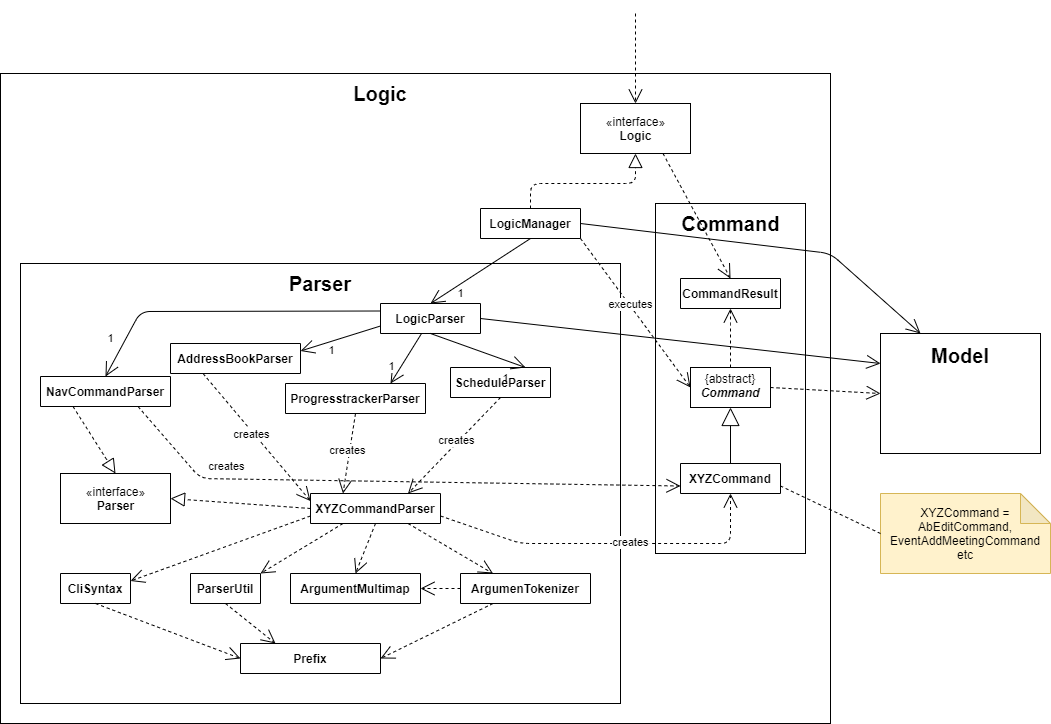
The draw.io diagram docs/images/LogicClassDiagram.png in xCelestialPhoenix/main, before a commit. Source tidied: cells renumbered, new cells last; positions are measured from the earlier drawing's top-left corner, leaving out a move shared by most shapes.
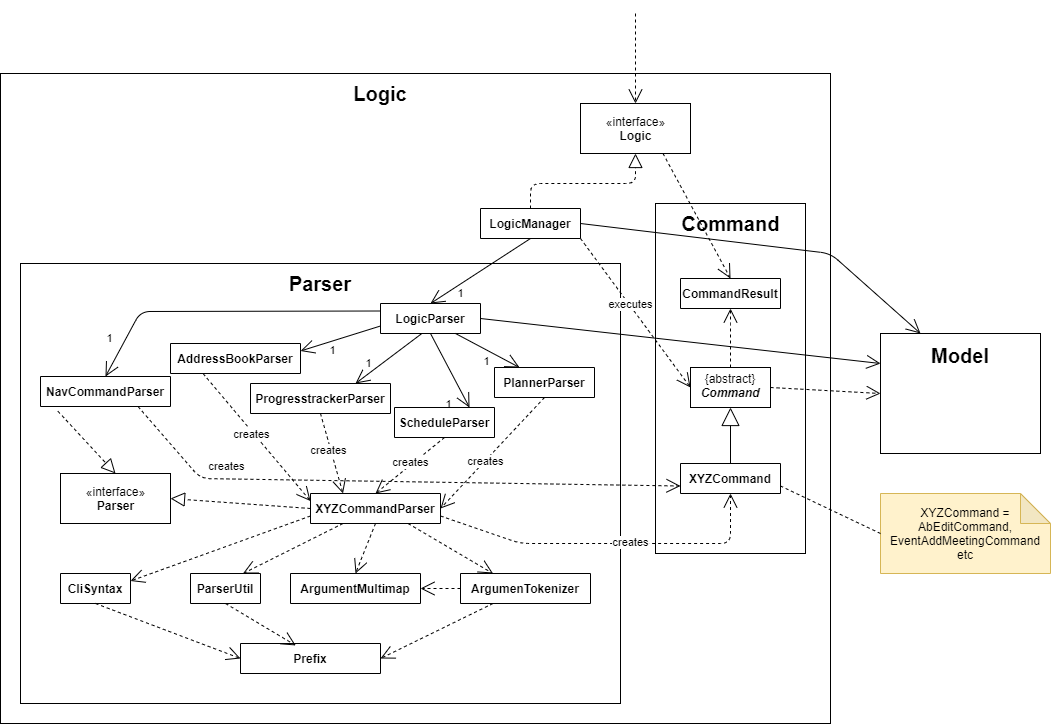
Later version of the same file.

What changed in the source:
```diff
@@ -77,7 +77,7 @@
     <mxCell id="22" style="endArrow=open;endSize=12;dashed=1;html=1;entryX=0;entryY=0.5;entryDx=0;entryDy=0;exitX=0.5;exitY=1;exitDx=0;exitDy=0;" parent="1" edge="1" source="44" target="40">
       <mxGeometry x="-0.07" y="-2" relative="1" as="geometry" />
     </mxCell>
-    <mxCell id="23" style="endArrow=open;endSize=12;dashed=1;html=1;entryX=0.25;entryY=0;entryDx=0;entryDy=0;exitX=0.5;exitY=1;exitDx=0;exitDy=0;" parent="1" edge="1" source="43" target="40">
+    <mxCell id="23" style="endArrow=open;endSize=12;dashed=1;html=1;entryX=0.395;entryY=0.065;entryDx=0;entryDy=0;exitX=0.5;exitY=1;exitDx=0;exitDy=0;entryPerimeter=0;" parent="1" edge="1" source="43" target="40">
       <mxGeometry x="-0.07" y="-2" relative="1" as="geometry" />
     </mxCell>
     <mxCell id="24" style="endArrow=open;endSize=12;dashed=1;html=1;entryX=1;entryY=0.5;entryDx=0;entryDy=0;exitX=0;exitY=0.5;exitDx=0;exitDy=0;" parent="1" edge="1" source="42" target="41">
@@ -99,6 +99,9 @@
     <mxCell id="28" style="endArrow=open;endFill=1;endSize=12;html=1;exitX=1;exitY=0.5;exitDx=0;exitDy=0;entryX=0;entryY=0.25;entryDx=0;entryDy=0;" parent="1" edge="1" source="50" target="4">
       <mxGeometry relative="1" as="geometry" />
     </mxCell>
+    <mxCell id="58" value="1" style="endArrow=open;endFill=1;endSize=12;html=1;exitX=0.75;exitY=1;exitDx=0;exitDy=0;entryX=0.25;entryY=0;entryDx=0;entryDy=0;" parent="1" edge="1" source="50" target="60">
+      <mxGeometry x="0.12" y="-10" relative="1" as="geometry" />
+    </mxCell>
     <mxCell id="29" value="1" style="endArrow=open;endFill=1;endSize=12;html=1;exitX=0.5;exitY=1;exitDx=0;exitDy=0;entryX=0.75;entryY=0;entryDx=0;entryDy=0;" parent="1" edge="1" source="50" target="52">
       <mxGeometry x="0.7" y="-17" relative="1" as="geometry" />
     </mxCell>
@@ -118,9 +121,12 @@
     <mxCell id="33" value="creates" style="endArrow=open;endSize=12;dashed=1;html=1;entryX=0.25;entryY=0;entryDx=0;entryDy=0;exitX=0.5;exitY=1;exitDx=0;exitDy=0;" parent="1" edge="1" source="53" target="39">
       <mxGeometry x="-0.07" y="-2" relative="1" as="geometry" />
     </mxCell>
-    <mxCell id="34" value="creates" style="endArrow=open;endSize=12;dashed=1;html=1;entryX=0.75;entryY=0;entryDx=0;entryDy=0;exitX=0.5;exitY=1;exitDx=0;exitDy=0;" parent="1" edge="1" source="52" target="39">
+    <mxCell id="34" value="creates" style="endArrow=open;endSize=12;dashed=1;html=1;entryX=0.5;entryY=0;entryDx=0;entryDy=0;exitX=0.5;exitY=1;exitDx=0;exitDy=0;" parent="1" edge="1" source="52" target="39">
       <mxGeometry x="-0.07" y="-2" relative="1" as="geometry" />
     </mxCell>
+    <mxCell id="59" value="creates" style="endArrow=open;endSize=12;dashed=1;html=1;entryX=1;entryY=0.5;entryDx=0;entryDy=0;exitX=0.5;exitY=1;exitDx=0;exitDy=0;" parent="1" edge="1" source="60" target="39">
+      <mxGeometry x="0.13" y="1" relative="1" as="geometry" />
+    </mxCell>
     <mxCell id="35" value="creates" style="endArrow=open;endSize=12;dashed=1;html=1;entryX=0;entryY=0.25;entryDx=0;entryDy=0;exitX=0.25;exitY=1;exitDx=0;exitDy=0;" parent="1" edge="1" source="54" target="39">
       <mxGeometry x="-0.07" y="-2" relative="1" as="geometry" />
     </mxCell>
@@ -130,7 +136,7 @@
     <mxCell id="37" style="endArrow=open;endSize=12;dashed=1;html=1;entryX=0.25;entryY=0;entryDx=0;entryDy=0;exitX=0.75;exitY=1;exitDx=0;exitDy=0;" parent="1" edge="1" source="39" target="42">
       <mxGeometry x="-0.07" y="-2" relative="1" as="geometry" />
     </mxCell>
-    <mxCell id="38" style="endArrow=open;endSize=12;dashed=1;html=1;entryX=1;entryY=0;entryDx=0;entryDy=0;exitX=0.25;exitY=1;exitDx=0;exitDy=0;" parent="1" edge="1" source="39" target="43">
+    <mxCell id="38" style="endArrow=open;endSize=12;dashed=1;html=1;entryX=0.75;entryY=0;entryDx=0;entryDy=0;exitX=0.25;exitY=1;exitDx=0;exitDy=0;" parent="1" edge="1" source="39" target="43">
       <mxGeometry x="-0.07" y="-2" relative="1" as="geometry" />
     </mxCell>
     <mxCell id="39" value="XYZCommandParser" style="swimlane;fontStyle=1;horizontal=1;startSize=50;fillColor=none;" parent="1" vertex="1">
@@ -171,7 +177,7 @@
         <mxPoint y="1" as="offset" />
       </mxGeometry>
     </mxCell>
-    <mxCell id="49" style="endArrow=block;dashed=1;endFill=0;endSize=12;html=1;entryX=0.5;entryY=0;entryDx=0;entryDy=0;exitX=0.25;exitY=1;exitDx=0;exitDy=0;" parent="1" edge="1" source="51" target="14">
+    <mxCell id="49" style="endArrow=block;dashed=1;endFill=0;endSize=12;html=1;entryX=0.5;entryY=0;entryDx=0;entryDy=0;exitX=0.134;exitY=1.158;exitDx=0;exitDy=0;exitPerimeter=0;" parent="1" edge="1" source="51" target="14">
       <mxGeometry relative="1" as="geometry" />
     </mxCell>
     <mxCell id="50" value="LogicParser" style="swimlane;fontStyle=1;horizontal=1;startSize=50;fillColor=none;" parent="1" vertex="1">
@@ -180,11 +186,14 @@
     <mxCell id="51" value="NavCommandParser" style="swimlane;fontStyle=1;horizontal=1;startSize=50;fillColor=none;" parent="1" vertex="1">
       <mxGeometry x="40" y="363" width="130" height="30" as="geometry" />
     </mxCell>
+    <mxCell id="60" value="PlannerParser" style="swimlane;fontStyle=1;horizontal=1;startSize=50;fillColor=none;" parent="1" vertex="1">
+      <mxGeometry x="494" y="354" width="100" height="30" as="geometry" />
+    </mxCell>
     <mxCell id="52" value="ScheduleParser" style="swimlane;fontStyle=1;horizontal=1;startSize=50;fillColor=none;" parent="1" vertex="1">
-      <mxGeometry x="450" y="354" width="100" height="30" as="geometry" />
+      <mxGeometry x="394" y="394" width="100" height="30" as="geometry" />
     </mxCell>
     <mxCell id="53" value="ProgresstrackerParser" style="swimlane;fontStyle=1;horizontal=1;startSize=50;fillColor=none;" parent="1" vertex="1">
-      <mxGeometry x="285" y="370" width="140" height="30" as="geometry" />
+      <mxGeometry x="250" y="370" width="140" height="30" as="geometry" />
     </mxCell>
     <mxCell id="54" value="AddressBookParser" style="swimlane;fontStyle=1;horizontal=1;startSize=50;fillColor=none;" parent="1" vertex="1">
       <mxGeometry x="170" y="330" width="130" height="30" as="geometry" />
```
